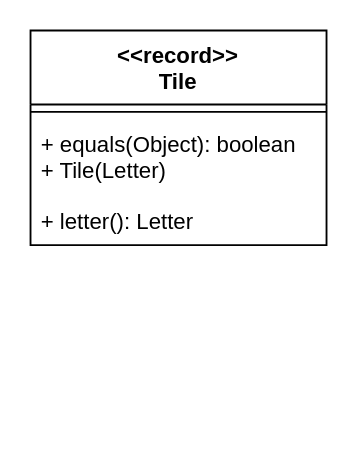
trk20/Scuffle keeps this draw.io diagram as UML/ClassDiagrams/Model/Tile.drawio. Above is the earlier version. Source tidied: cells renumbered, new cells numbered last; positions are measured from the earlier drawing's top-left corner, leaving out a move shared by most shapes. Both pictures are drawn from the tidied source at 185%, with x=0, y=0 at pixel (30, 30).
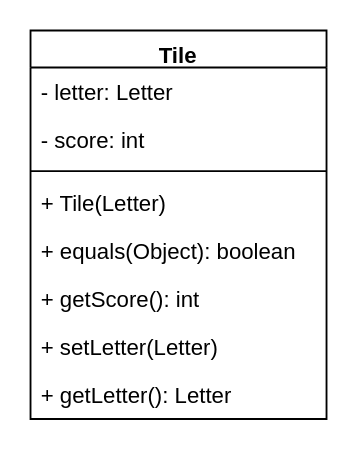
After the change.

What changed in the source:
```diff
@@
 <mxGraphModel>
   <root>
     <mxCell id="0" />
     <mxCell id="1" parent="0" />
-    <mxCell id="2" value="&lt;&lt;record&gt;&gt;&#10;Tile" style="swimlane;fontStyle=1;align=center;verticalAlign=top;horizontal=1;startSize=40;" parent="1" vertex="1">
-      <mxGeometry width="160" height="116" as="geometry" />
+    <mxCell id="2" value="Tile" style="swimlane;fontStyle=1;align=center;verticalAlign=top;horizontal=1;startSize=20;" parent="1" vertex="1">
+      <mxGeometry width="160" height="210" as="geometry" />
     </mxCell>
+    <mxCell id="6" value="- letter: Letter" style="text;strokeColor=none;fillColor=none;align=left;verticalAlign=top;spacingLeft=4;spacingRight=4;overflow=hidden;" parent="2" vertex="1">
+      <mxGeometry y="20" width="160" height="26" as="geometry" />
+    </mxCell>
+    <mxCell id="7" value="- score: int" style="text;strokeColor=none;fillColor=none;align=left;verticalAlign=top;spacingLeft=4;spacingRight=4;overflow=hidden;" parent="2" vertex="1">
+      <mxGeometry y="46" width="160" height="26" as="geometry" />
+    </mxCell>
     <mxCell id="3" style="line;strokeWidth=1;fillColor=none;align=left;verticalAlign=middle;spacingTop=-1;spacingLeft=3;spacingRight=3;labelPosition=right;" parent="2" vertex="1">
-      <mxGeometry y="40" width="160" height="8" as="geometry" />
+      <mxGeometry y="72" width="160" height="8" as="geometry" />
     </mxCell>
-    <mxCell id="4" value="+ equals(Object): boolean&#10;+ Tile(Letter)" style="text;strokeColor=none;fillColor=none;align=left;verticalAlign=top;spacingLeft=4;spacingRight=4;overflow=hidden;" parent="2" vertex="1">
-      <mxGeometry y="48" width="160" height="42" as="geometry" />
-    </mxCell>
-    <mxCell id="5" value="+ letter(): Letter" style="text;strokeColor=none;fillColor=none;align=left;verticalAlign=top;spacingLeft=4;spacingRight=4;overflow=hidden;" parent="2" vertex="1">
-      <mxGeometry y="90" width="160" height="26" as="geometry" />
-    </mxCell>
+    <mxCell id="8" value="+ Tile(Letter)" style="text;strokeColor=none;fillColor=none;align=left;verticalAlign=top;spacingLeft=4;spacingRight=4;overflow=hidden;" parent="2" vertex="1">
+      <mxGeometry y="80" width="160" height="26" as="geometry" />
+    </mxCell>
+    <mxCell id="9" value="+ equals(Object): boolean" style="text;strokeColor=none;fillColor=none;align=left;verticalAlign=top;spacingLeft=4;spacingRight=4;overflow=hidden;" parent="2" vertex="1">
+      <mxGeometry y="106" width="160" height="26" as="geometry" />
+    </mxCell>
+    <mxCell id="10" value="+ getScore(): int" style="text;strokeColor=none;fillColor=none;align=left;verticalAlign=top;spacingLeft=4;spacingRight=4;overflow=hidden;" parent="2" vertex="1">
+      <mxGeometry y="132" width="160" height="26" as="geometry" />
+    </mxCell>
+    <mxCell id="11" value="+ setLetter(Letter)" style="text;strokeColor=none;fillColor=none;align=left;verticalAlign=top;spacingLeft=4;spacingRight=4;overflow=hidden;" parent="2" vertex="1">
+      <mxGeometry y="158" width="160" height="26" as="geometry" />
+    </mxCell>
+    <mxCell id="12" value="+ getLetter(): Letter" style="text;strokeColor=none;fillColor=none;align=left;verticalAlign=top;spacingLeft=4;spacingRight=4;overflow=hidden;" parent="2" vertex="1">
+      <mxGeometry y="184" width="160" height="26" as="geometry" />
+    </mxCell>
   </root>
 </mxGraphModel>
```
